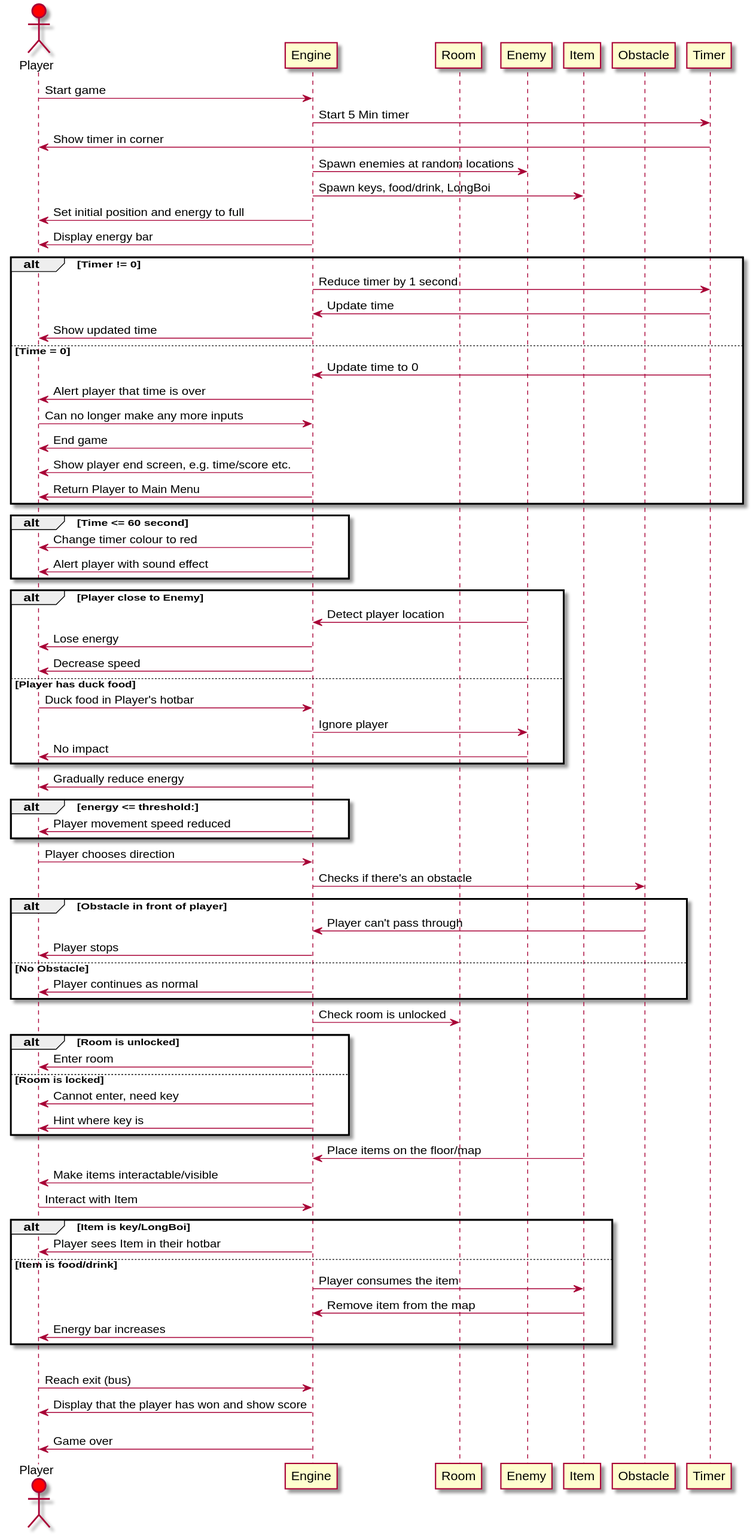
Above: Architecture/behaviouralMain.svg in WHALES-ENG1/WHALES-Assets (PlantUML), before the change. Source of this version:
```plantuml
@startuml



actor Player #Red
participant Engine
participant Room
participant Enemy
participant Item
participant Obstacle
participant Timer



Player -> Engine: Start game
Engine -> Timer: Start 5 Min timer
Timer -> Player: Show timer in corner



Engine -> Enemy: Spawn enemies at random locations
Engine -> Item: Spawn keys, food/drink, LongBoi
Engine -> Player: Set initial position and energy to full
Engine -> Player: Display energy bar



alt Timer != 0
    Engine -> Timer: Reduce timer by 1 second
    Timer -> Engine: Update time
    Engine -> Player: Show updated time

else Time = 0


    Timer -> Engine: Update time to 0
    Engine -> Player: Alert player that time is over
    Player -> Engine: Can no longer make any more inputs
    Engine -> Player: End game
    Engine -> Player: Show player end screen, e.g. time/score etc.
    Engine -> Player: Return Player to Main Menu

end

alt Time <= 60 second
    Engine -> Player: Change timer colour to red
    Engine -> Player: Alert player with sound effect

end



alt Player close to Enemy
    Enemy -> Engine: Detect player location
    Engine -> Player: Lose energy
    Engine -> Player: Decrease speed

else Player has duck food
    Player -> Engine: Duck food in Player's hotbar
    Engine -> Enemy: Ignore player
    Enemy -> Player: No impact

end



Engine -> Player: Gradually reduce energy

alt energy <= threshold:
    Engine -> Player: Player movement speed reduced

end



Player -> Engine: Player chooses direction
Engine -> Obstacle: Checks if there's an obstacle

alt Obstacle in front of player
    Obstacle -> Engine: Player can't pass through
    Engine -> Player: Player stops

else No Obstacle
    Engine -> Player: Player continues as normal

end



Engine -> Room: Check room is unlocked

alt Room is unlocked
    Engine -> Player: Enter room

else Room is locked
    Engine -> Player: Cannot enter, need key
    Engine -> Player: Hint where key is

end



Item -> Engine: Place items on the floor/map
Engine -> Player: Make items interactable/visible

Player -> Engine: Interact with Item

alt Item is key/LongBoi
    Engine -> Player: Player sees Item in their hotbar

else Item is food/drink
    Engine -> Item: Player consumes the item
    Item -> Engine: Remove item from the map
    Engine -> Player: Energy bar increases

end



alt Player has LongBoi and Time != 0
    Player -> Engine: Reach exit (bus)
    Engine -> Player: Display that the player has won and show score

else Player doesn't have LongBoi or time = 0
    Engine -> Player: Game over


@enduml
```
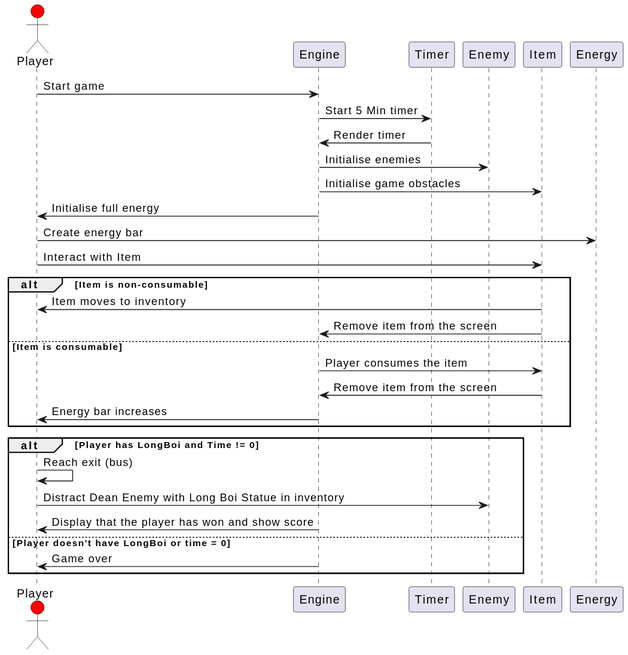
The same file after the commit.

What changed in the source:
```diff
@@ -1,128 +1,36 @@
 @startuml
 
-
-
 actor Player #Red
-participant Engine
-participant Room
-participant Enemy
-participant Item
-participant Obstacle
-participant Timer
-
 
 
 Player -> Engine: Start game
 Engine -> Timer: Start 5 Min timer
-Timer -> Player: Show timer in corner
+Timer -> Engine: Render timer
 
 
 
-Engine -> Enemy: Spawn enemies at random locations
-Engine -> Item: Spawn keys, food/drink, LongBoi
-Engine -> Player: Set initial position and energy to full
-Engine -> Player: Display energy bar
+Engine -> Enemy: Initialise enemies
+Engine -> Item: Initialise game obstacles
+Engine -> Player: Initialise full energy
+Player -> Energy: Create energy bar
 
 
-
-alt Timer != 0
-    Engine -> Timer: Reduce timer by 1 second
-    Timer -> Engine: Update time
-    Engine -> Player: Show updated time
-
-else Time = 0
-
-
-    Timer -> Engine: Update time to 0
-    Engine -> Player: Alert player that time is over
-    Player -> Engine: Can no longer make any more inputs
-    Engine -> Player: End game
-    Engine -> Player: Show player end screen, e.g. time/score etc.
-    Engine -> Player: Return Player to Main Menu
-
-end
-
-alt Time <= 60 second
-    Engine -> Player: Change timer colour to red
-    Engine -> Player: Alert player with sound effect
-
+Player -> Item: Interact with Item
+alt Item is non-consumable
+    Item -> Player: Item moves to inventory
+    Item -> Engine: Remove item from the screen
+else Item is consumable
+    Engine -> Item: Player consumes the item
+    Item -> Engine: Remove item from the screen
+    Engine -> Player: Energy bar increases
 end
 
 
-
-alt Player close to Enemy
-    Enemy -> Engine: Detect player location
-    Engine -> Player: Lose energy
-    Engine -> Player: Decrease speed
-
-else Player has duck food
-    Player -> Engine: Duck food in Player's hotbar
-    Engine -> Enemy: Ignore player
-    Enemy -> Player: No impact
-
-end
-
-
-
-Engine -> Player: Gradually reduce energy
-
-alt energy <= threshold:
-    Engine -> Player: Player movement speed reduced
-
-end
-
-
-
-Player -> Engine: Player chooses direction
-Engine -> Obstacle: Checks if there's an obstacle
-
-alt Obstacle in front of player
-    Obstacle -> Engine: Player can't pass through
-    Engine -> Player: Player stops
-
-else No Obstacle
-    Engine -> Player: Player continues as normal
-
-end
-
-
-
-Engine -> Room: Check room is unlocked
-
-alt Room is unlocked
-    Engine -> Player: Enter room
-
-else Room is locked
-    Engine -> Player: Cannot enter, need key
-    Engine -> Player: Hint where key is
-
-end
-
-
-
-Item -> Engine: Place items on the floor/map
-Engine -> Player: Make items interactable/visible
-
-Player -> Engine: Interact with Item
-
-alt Item is key/LongBoi
-    Engine -> Player: Player sees Item in their hotbar
-
-else Item is food/drink
-    Engine -> Item: Player consumes the item
-    Item -> Engine: Remove item from the map
-    Engine -> Player: Energy bar increases
-
-end
-
-
-
 alt Player has LongBoi and Time != 0
-    Player -> Engine: Reach exit (bus)
+    Player -> Player: Reach exit (bus)
+    Player -> Enemy: Distract Dean Enemy with Long Boi Statue in inventory
     Engine -> Player: Display that the player has won and show score
-
 else Player doesn't have LongBoi or time = 0
     Engine -> Player: Game over
-
-
+end
 @enduml
```
